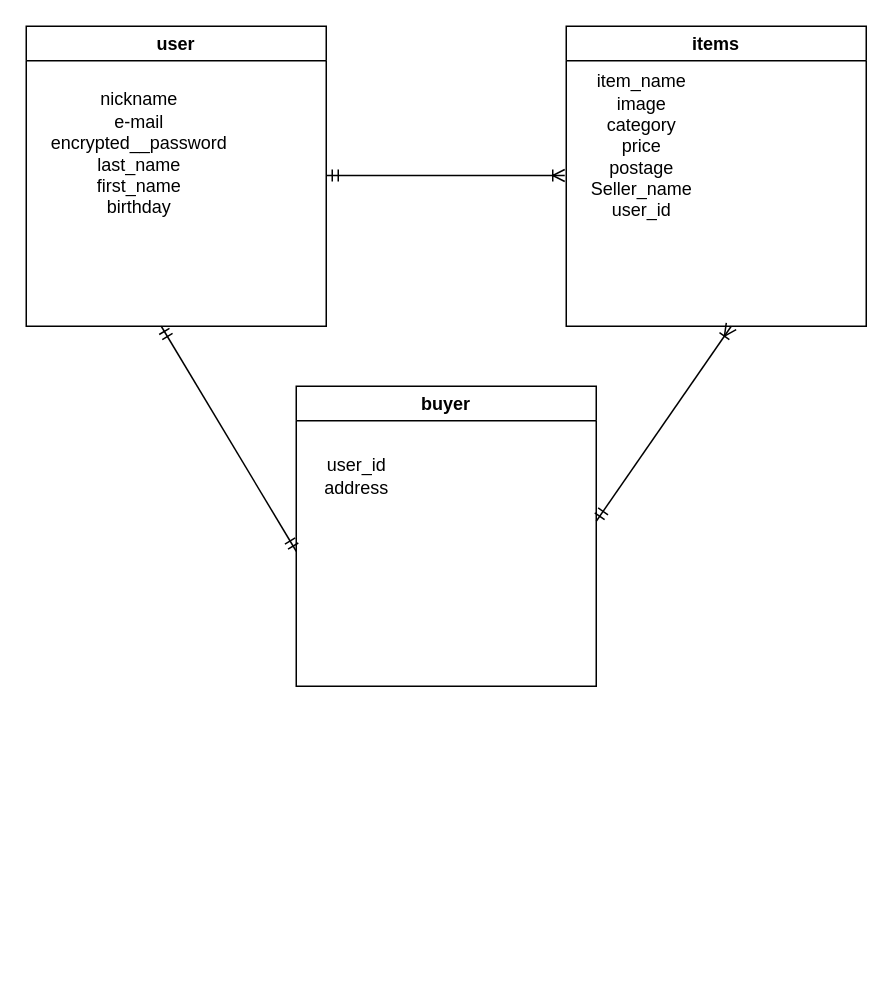
Earlier version of the draw.io diagram app/DB.dio (Tokuzo4/furima-37165). Source tidied: cells renumbered, new cells numbered last; positions are measured from the earlier drawing's top-left corner, leaving out a move shared by most shapes. Both pictures are drawn from the tidied source at 150%, with x=0, y=0 at pixel (26, 26).
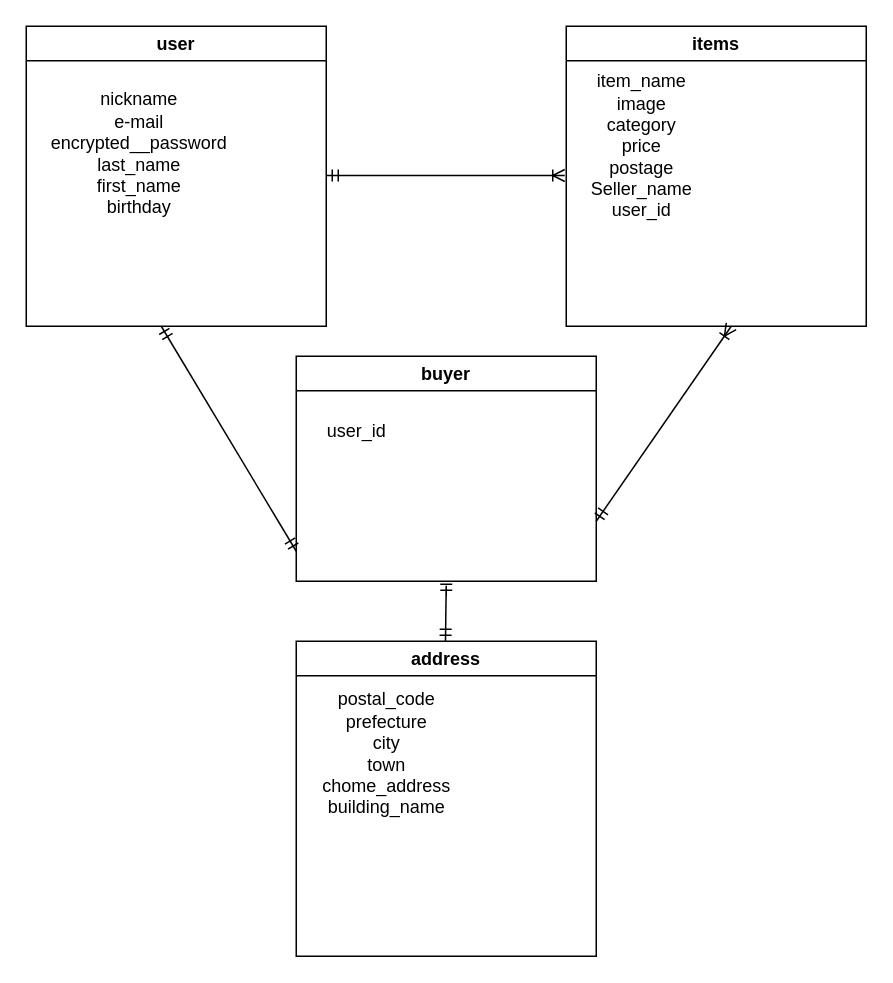
The same page after the edit.

Commit message (it also covers changes not shown here):
データベース設計-2

What changed in the source:
```diff
@@
 <mxGraphModel>
   <root>
     <mxCell id="0" />
     <mxCell id="1" parent="0" />
     <mxCell id="2" value="user" style="swimlane;" parent="1" vertex="1">
       <mxGeometry width="200" height="200" as="geometry" />
     </mxCell>
     <mxCell id="3" value="nickname&lt;br&gt;e-mail&lt;br&gt;encrypted__password&lt;br&gt;last_name&lt;br&gt;first_name&lt;br&gt;birthday" style="text;html=1;align=center;verticalAlign=middle;fillColor=none;strokeColor=none;rounded=0;" parent="2" vertex="1">
       <mxGeometry x="10" y="40" width="130" height="90" as="geometry" />
     </mxCell>
     <mxCell id="4" value="items" style="swimlane;" parent="1" vertex="1">
       <mxGeometry x="360" width="200" height="200" as="geometry" />
     </mxCell>
     <mxCell id="5" value="item_name&lt;br&gt;image&lt;br&gt;category&lt;br&gt;price&lt;br&gt;postage&lt;br&gt;Seller_name&lt;br&gt;user_id" style="text;html=1;align=center;verticalAlign=middle;fillColor=none;strokeColor=none;rounded=0;" parent="4" vertex="1">
       <mxGeometry x="10" y="30" width="80" height="100" as="geometry" />
     </mxCell>
     <mxCell id="6" style="edgeStyle=entityRelationEdgeStyle;fontSize=12;html=1;endArrow=ERoneToMany;startArrow=ERmandOne;" parent="1" edge="1">
       <mxGeometry relative="1" as="geometry">
         <mxPoint x="200" y="99.5" as="sourcePoint" />
         <mxPoint x="359" y="99.5" as="targetPoint" />
       </mxGeometry>
     </mxCell>
     <mxCell id="7" value="buyer" style="swimlane;" parent="1" vertex="1">
-      <mxGeometry x="180" y="240" width="200" height="200" as="geometry" />
+      <mxGeometry x="180" y="220" width="200" height="150" as="geometry" />
     </mxCell>
-    <mxCell id="8" value="user_id&lt;br&gt;address" style="text;html=1;align=center;verticalAlign=middle;fillColor=none;strokeColor=none;rounded=0;" parent="7" vertex="1">
-      <mxGeometry x="10" y="45" width="60" height="30" as="geometry" />
+    <mxCell id="8" value="user_id&lt;br&gt;" style="text;html=1;align=center;verticalAlign=middle;fillColor=none;strokeColor=none;rounded=0;" parent="7" vertex="1">
+      <mxGeometry x="15" y="40" width="50" height="20" as="geometry" />
     </mxCell>
     <mxCell id="9" style="fontSize=12;html=1;endArrow=ERoneToMany;startArrow=ERmandOne;" parent="1" edge="1">
       <mxGeometry relative="1" as="geometry">
         <mxPoint x="380" y="330" as="sourcePoint" />
         <mxPoint x="470" y="200" as="targetPoint" />
       </mxGeometry>
     </mxCell>
     <mxCell id="10" style="fontSize=12;html=1;endArrow=ERmandOne;startArrow=ERmandOne;" parent="1" edge="1">
       <mxGeometry relative="1" as="geometry">
         <mxPoint x="180" y="350" as="sourcePoint" />
         <mxPoint x="90" y="200" as="targetPoint" />
       </mxGeometry>
     </mxCell>
+    <mxCell id="11" value="address" style="swimlane;" parent="1" vertex="1">
+      <mxGeometry x="180" y="410" width="200" height="210" as="geometry" />
+    </mxCell>
+    <mxCell id="12" value="postal_code&lt;br&gt;prefecture&lt;br&gt;city&lt;br&gt;town&lt;br&gt;chome_address&lt;br&gt;building_name" style="text;html=1;align=center;verticalAlign=middle;fillColor=none;strokeColor=none;rounded=0;" parent="11" vertex="1">
+      <mxGeometry x="10" y="30" width="100" height="90" as="geometry" />
+    </mxCell>
+    <mxCell id="13" style="fontSize=12;html=1;endArrow=ERmandOne;startArrow=ERmandOne;" parent="1" edge="1">
+      <mxGeometry relative="1" as="geometry">
+        <mxPoint x="279.5" y="410" as="sourcePoint" />
+        <mxPoint x="280" y="380" as="targetPoint" />
+        <Array as="points">
+          <mxPoint x="280" y="370" />
+        </Array>
+      </mxGeometry>
+    </mxCell>
   </root>
 </mxGraphModel>
```
